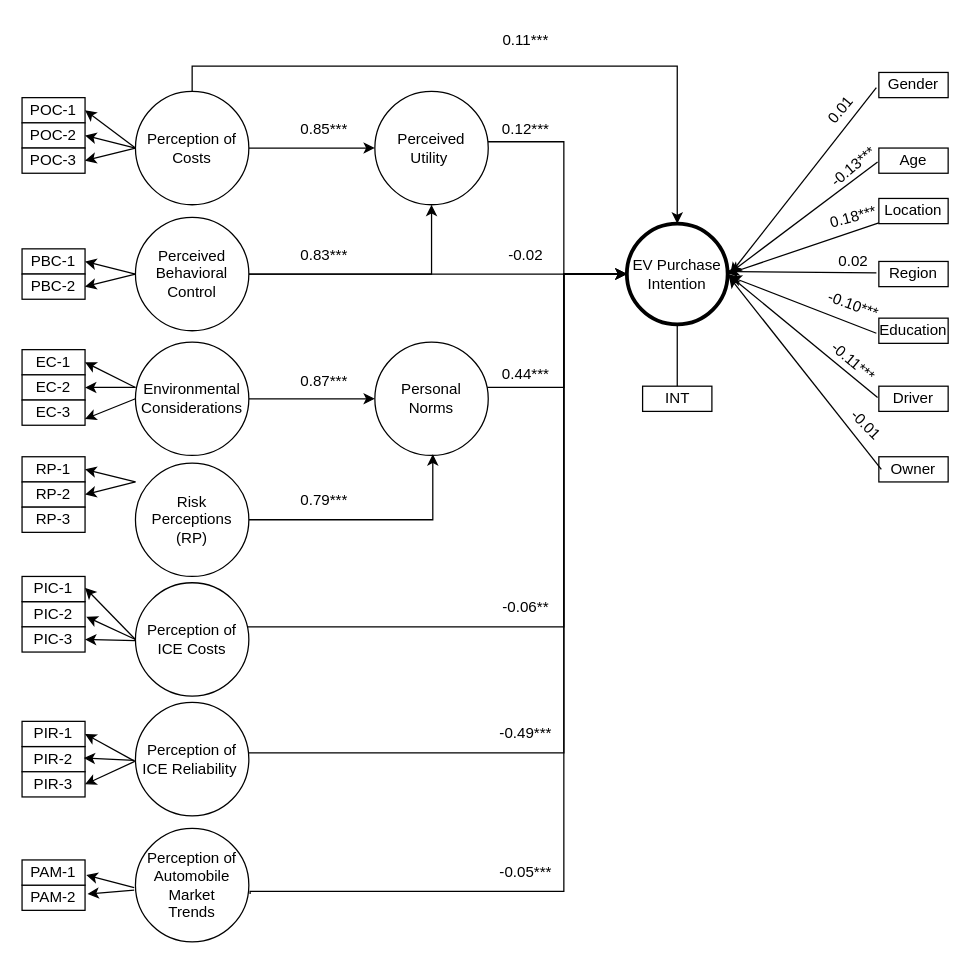
Earlier version of the draw.io diagram page "Page-1" (1 of 2) of final_path_diagram.drawio (ChullEPG/taxi-survey). Source tidied: cells renumbered, new cells numbered last; positions are measured from the earlier drawing's top-left corner, leaving out a move shared by most shapes. Both pictures are drawn from the tidied source at 126%, with x=0, y=0 at pixel (21, 21).
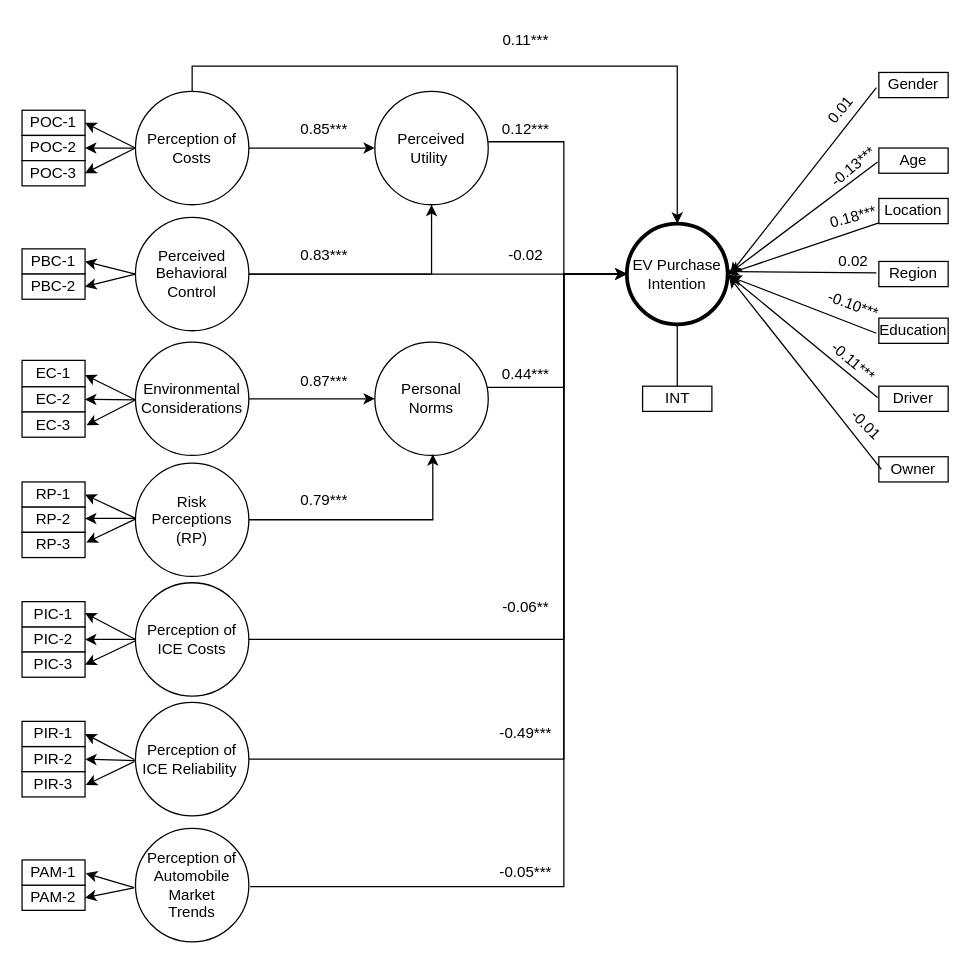
The same diagram, later.

The change refers to these unchanged cells:
```xml
<mxCell id="8" value="Perception of Costs" style="ellipse;whiteSpace=wrap;html=1;" parent="1" vertex="1">
  <mxGeometry x="90" y="55" width="90" height="90" as="geometry" />
</mxCell>
<mxCell id="11" value="EV Purchase Intention" style="ellipse;whiteSpace=wrap;html=1;strokeWidth=3;" parent="1" vertex="1">
  <mxGeometry x="480" y="160" width="80" height="80" as="geometry" />
</mxCell>
<mxCell id="26" value="Environmental Considerations" style="ellipse;whiteSpace=wrap;html=1;" parent="1" vertex="1">
  <mxGeometry x="90" y="254" width="90" height="90" as="geometry" />
</mxCell>
<mxCell id="28" value="Risk Perceptions (RP)" style="ellipse;whiteSpace=wrap;html=1;" parent="1" vertex="1">
  <mxGeometry x="90" y="350" width="90" height="90" as="geometry" />
</mxCell>
<mxCell id="41" value="Perception of ICE Reliability&amp;nbsp;" style="ellipse;whiteSpace=wrap;html=1;" parent="1" vertex="1">
  <mxGeometry x="90" y="540" width="90" height="90" as="geometry" />
</mxCell>
<mxCell id="42" value="Perception of ICE Costs" style="ellipse;whiteSpace=wrap;html=1;" parent="1" vertex="1">
  <mxGeometry x="90" y="445" width="90" height="90" as="geometry" />
</mxCell>
<mxCell id="49" value="PIR-2" style="rounded=0;whiteSpace=wrap;html=1;" parent="1" vertex="1">
  <mxGeometry y="575" width="50" height="20" as="geometry" />
</mxCell>
<mxCell id="51" value="PIR-3" style="rounded=0;whiteSpace=wrap;html=1;" parent="1" vertex="1">
  <mxGeometry y="595" width="50" height="20" as="geometry" />
</mxCell>
<mxCell id="53" value="PAM-2" style="rounded=0;whiteSpace=wrap;html=1;" parent="1" vertex="1">
  <mxGeometry y="685" width="50" height="20" as="geometry" />
</mxCell>
<mxCell id="84" value="PAM-1" style="rounded=0;whiteSpace=wrap;html=1;" parent="1" vertex="1">
  <mxGeometry y="665" width="50" height="20" as="geometry" />
</mxCell>
<mxCell id="91" value="Perception of Automobile Market &lt;br&gt;Trends" style="ellipse;whiteSpace=wrap;html=1;direction=south;" parent="1" vertex="1">
  <mxGeometry x="90" y="640" width="90" height="90" as="geometry" />
</mxCell>
```

Diff of the diagram source:
```diff
@@
     <mxCell id="15" value="POC-1" style="rounded=0;whiteSpace=wrap;html=1;" parent="1" vertex="1">
-      <mxGeometry y="60" width="50" height="20" as="geometry" />
+      <mxGeometry y="70" width="50" height="20" as="geometry" />
     </mxCell>
     <mxCell id="16" value="POC-2" style="rounded=0;whiteSpace=wrap;html=1;" parent="1" vertex="1">
-      <mxGeometry y="80" width="50" height="20" as="geometry" />
+      <mxGeometry y="90" width="50" height="20" as="geometry" />
     </mxCell>
     <mxCell id="17" value="POC-3" style="rounded=0;whiteSpace=wrap;html=1;" parent="1" vertex="1">
-      <mxGeometry y="100" width="50" height="20" as="geometry" />
+      <mxGeometry y="110" width="50" height="20" as="geometry" />
     </mxCell>
@@
-    <mxCell id="21" style="endArrow=classic;html=1;rounded=0;exitX=0;exitY=0.5;exitDx=0;exitDy=0;entryX=1;entryY=0.5;entryDx=0;entryDy=0;" parent="1" edge="1" source="8" target="16">
-      <mxGeometry relative="1" as="geometry" />
+    <mxCell id="21" style="endArrow=classic;html=1;rounded=0;entryX=1;entryY=0.5;entryDx=0;entryDy=0;" parent="1" edge="1" target="16">
+      <mxGeometry relative="1" as="geometry">
+        <mxPoint x="90" y="100" as="sourcePoint" />
+      </mxGeometry>
     </mxCell>
@@
     <mxCell id="29" value="EC-1" style="rounded=0;whiteSpace=wrap;html=1;" parent="1" vertex="1">
-      <mxGeometry y="260" width="50" height="20" as="geometry" />
+      <mxGeometry y="268.5" width="50" height="21" as="geometry" />
     </mxCell>
     <mxCell id="30" value="EC-2" style="rounded=0;whiteSpace=wrap;html=1;" parent="1" vertex="1">
-      <mxGeometry y="280" width="50" height="20" as="geometry" />
+      <mxGeometry y="289.5" width="50" height="20" as="geometry" />
     </mxCell>
-    <mxCell id="31" style="endArrow=classic;html=1;rounded=0;entryX=1;entryY=0.5;entryDx=0;entryDy=0;" parent="1" edge="1" target="30">
-      <mxGeometry relative="1" as="geometry">
-        <mxPoint x="90" y="290" as="sourcePoint" />
-      </mxGeometry>
+    <mxCell id="31" style="endArrow=classic;html=1;rounded=0;entryX=1;entryY=0.5;entryDx=0;entryDy=0;exitX=0.002;exitY=0.509;exitDx=0;exitDy=0;exitPerimeter=0;" parent="1" edge="1" source="26" target="30">
+      <mxGeometry relative="1" as="geometry" />
     </mxCell>
-    <mxCell id="32" style="endArrow=classic;html=1;rounded=0;entryX=1;entryY=0.5;entryDx=0;entryDy=0;" parent="1" edge="1" target="29">
-      <mxGeometry relative="1" as="geometry">
-        <mxPoint x="90" y="290" as="sourcePoint" />
-      </mxGeometry>
-    </mxCell>
     <mxCell id="33" value="RP-1" style="rounded=0;whiteSpace=wrap;html=1;" parent="1" vertex="1">
-      <mxGeometry y="345" width="50" height="20" as="geometry" />
+      <mxGeometry y="365" width="50" height="20" as="geometry" />
     </mxCell>
     <mxCell id="34" value="RP-2" style="rounded=0;whiteSpace=wrap;html=1;" parent="1" vertex="1">
-      <mxGeometry y="365" width="50" height="20" as="geometry" />
+      <mxGeometry y="385" width="50" height="20" as="geometry" />
     </mxCell>
-    <mxCell id="35" style="endArrow=classic;html=1;rounded=0;exitX=0;exitY=0.5;exitDx=0;exitDy=0;entryX=1;entryY=0.5;entryDx=0;entryDy=0;" parent="1" edge="1" target="34">
-      <mxGeometry relative="1" as="geometry">
-        <mxPoint x="90" y="365" as="sourcePoint" />
-      </mxGeometry>
+    <mxCell id="35" style="endArrow=classic;html=1;rounded=0;exitX=-0.002;exitY=0.494;exitDx=0;exitDy=0;entryX=1.02;entryY=0.4;entryDx=0;entryDy=0;exitPerimeter=0;entryPerimeter=0;" parent="1" edge="1" source="28" target="55">
+      <mxGeometry relative="1" as="geometry" />
     </mxCell>
-    <mxCell id="36" style="endArrow=classic;html=1;rounded=0;exitX=0;exitY=0.5;exitDx=0;exitDy=0;entryX=1;entryY=0.5;entryDx=0;entryDy=0;" parent="1" edge="1" target="33">
-      <mxGeometry relative="1" as="geometry">
-        <mxPoint x="90" y="365" as="sourcePoint" />
-      </mxGeometry>
+    <mxCell id="36" style="endArrow=classic;html=1;rounded=0;exitX=-0.002;exitY=0.486;exitDx=0;exitDy=0;entryX=1;entryY=0.5;entryDx=0;entryDy=0;exitPerimeter=0;" parent="1" edge="1" source="28" target="33">
+      <mxGeometry relative="1" as="geometry" />
     </mxCell>
     <mxCell id="37" value="EC-3" style="rounded=0;whiteSpace=wrap;html=1;" parent="1" vertex="1">
-      <mxGeometry y="300" width="50" height="20" as="geometry" />
+      <mxGeometry y="309.5" width="50" height="20" as="geometry" />
     </mxCell>
-    <mxCell id="38" style="endArrow=classic;html=1;rounded=0;exitX=0;exitY=0.5;exitDx=0;exitDy=0;entryX=1;entryY=0.75;entryDx=0;entryDy=0;" parent="1" edge="1" source="26" target="37">
+    <mxCell id="38" style="endArrow=classic;html=1;rounded=0;entryX=1.023;entryY=0.524;entryDx=0;entryDy=0;exitX=-0.004;exitY=0.513;exitDx=0;exitDy=0;exitPerimeter=0;entryPerimeter=0;" parent="1" edge="1" source="26" target="37">
       <mxGeometry relative="1" as="geometry" />
     </mxCell>
-    <mxCell id="39" style="edgeStyle=orthogonalEdgeStyle;rounded=0;jettySize=auto;html=1;entryX=0;entryY=0.5;entryDx=0;entryDy=0;exitX=0.578;exitY=-0.011;exitDx=0;exitDy=0;exitPerimeter=0;" parent="1" edge="1" source="91" target="11">
+    <mxCell id="39" style="edgeStyle=orthogonalEdgeStyle;rounded=0;jettySize=auto;html=1;entryX=0;entryY=0.5;entryDx=0;entryDy=0;exitX=0.512;exitY=-0.012;exitDx=0;exitDy=0;exitPerimeter=0;" parent="1" edge="1" source="91" target="11">
       <mxGeometry relative="1" as="geometry">
         <Array as="points">
-          <mxPoint x="181" y="690" />
-          <mxPoint x="430" y="690" />
+          <mxPoint x="430" y="686" />
           <mxPoint x="430" y="200" />
         </Array>
       </mxGeometry>
     </mxCell>
     <mxCell id="40" style="edgeStyle=orthogonalEdgeStyle;rounded=0;jettySize=auto;html=1;entryX=0;entryY=0.5;entryDx=0;entryDy=0;" parent="1" edge="1" source="41" target="11">
       <mxGeometry relative="1" as="geometry">
         <Array as="points">
-          <mxPoint x="430" y="580" />
+          <mxPoint x="430" y="585" />
           <mxPoint x="430" y="200" />
         </Array>
       </mxGeometry>
     </mxCell>
@@
     <mxCell id="43" value="PIC-2" style="rounded=0;whiteSpace=wrap;html=1;" parent="1" vertex="1">
-      <mxGeometry y="460" width="50" height="20" as="geometry" />
+      <mxGeometry y="480" width="50" height="20" as="geometry" />
     </mxCell>
     <mxCell id="44" value="PIC-1" style="rounded=0;whiteSpace=wrap;html=1;" parent="1" vertex="1">
-      <mxGeometry y="440" width="50" height="20" as="geometry" />
+      <mxGeometry y="460" width="50" height="20" as="geometry" />
     </mxCell>
-    <mxCell id="45" style="endArrow=classic;html=1;rounded=0;exitX=0;exitY=0.5;exitDx=0;exitDy=0;entryX=1.02;entryY=0.6;entryDx=0;entryDy=0;entryPerimeter=0;" parent="1" edge="1" source="42" target="43">
-      <mxGeometry relative="1" as="geometry" />
+    <mxCell id="45" style="endArrow=classic;html=1;rounded=0;exitX=0;exitY=0.5;exitDx=0;exitDy=0;" parent="1" edge="1" source="42">
+      <mxGeometry relative="1" as="geometry">
+        <mxPoint x="50" y="490" as="targetPoint" />
+      </mxGeometry>
     </mxCell>
@@
     <mxCell id="47" value="PIC-3" style="rounded=0;whiteSpace=wrap;html=1;" parent="1" vertex="1">
-      <mxGeometry y="480" width="50" height="20" as="geometry" />
+      <mxGeometry y="500" width="50" height="20" as="geometry" />
     </mxCell>
@@
-    <mxCell id="52" style="endArrow=classic;html=1;rounded=0;exitX=0;exitY=0.522;exitDx=0;exitDy=0;exitPerimeter=0;" parent="1" edge="1" source="41">
+    <mxCell id="52" style="endArrow=classic;html=1;rounded=0;exitX=-0.01;exitY=0.503;exitDx=0;exitDy=0;exitPerimeter=0;" parent="1" edge="1" source="41">
       <mxGeometry relative="1" as="geometry">
         <mxPoint x="50" y="565" as="targetPoint" />
       </mxGeometry>
     </mxCell>
@@
-    <mxCell id="54" style="endArrow=classic;html=1;rounded=0;exitX=0.556;exitY=1.011;exitDx=0;exitDy=0;entryX=1.02;entryY=0.6;entryDx=0;entryDy=0;entryPerimeter=0;exitPerimeter=0;" parent="1" edge="1" target="84">
+    <mxCell id="54" style="endArrow=classic;html=1;rounded=0;exitX=0.556;exitY=1.011;exitDx=0;exitDy=0;entryX=1.012;entryY=0.529;entryDx=0;entryDy=0;entryPerimeter=0;exitPerimeter=0;" parent="1" edge="1" target="84">
       <mxGeometry relative="1" as="geometry">
         <mxPoint x="89" y="687" as="sourcePoint" />
       </mxGeometry>
     </mxCell>
     <mxCell id="55" value="RP-3" style="rounded=0;whiteSpace=wrap;html=1;" parent="1" vertex="1">
-      <mxGeometry y="385" width="50" height="20" as="geometry" />
+      <mxGeometry y="405" width="50" height="20" as="geometry" />
     </mxCell>
@@
-    <mxCell id="83" style="endArrow=classic;html=1;rounded=0;entryX=1.04;entryY=0.35;entryDx=0;entryDy=0;exitX=0.578;exitY=1.011;exitDx=0;exitDy=0;exitPerimeter=0;entryPerimeter=0;" parent="1" edge="1" target="53">
+    <mxCell id="83" style="endArrow=classic;html=1;rounded=0;exitX=0.524;exitY=1.014;exitDx=0;exitDy=0;exitPerimeter=0;" parent="1" edge="1" source="91">
       <mxGeometry relative="1" as="geometry">
-        <mxPoint x="89" y="689" as="sourcePoint" />
+        <mxPoint x="50" y="695" as="targetPoint" />
       </mxGeometry>
     </mxCell>
@@
     <mxCell id="85" style="edgeStyle=orthogonalEdgeStyle;rounded=0;jettySize=auto;html=1;" parent="1" edge="1" source="42">
       <mxGeometry relative="1" as="geometry">
         <mxPoint x="480" y="200" as="targetPoint" />
         <Array as="points">
-          <mxPoint x="430" y="480" />
+          <mxPoint x="430" y="490" />
+          <mxPoint x="430" y="200" />
         </Array>
       </mxGeometry>
     </mxCell>
@@
-    <mxCell id="92" style="endArrow=classic;html=1;rounded=0;exitX=-0.011;exitY=0.511;exitDx=0;exitDy=0;exitPerimeter=0;entryX=0.98;entryY=0.45;entryDx=0;entryDy=0;entryPerimeter=0;" parent="1" edge="1" source="41" target="49">
+    <mxCell id="92" style="endArrow=classic;html=1;rounded=0;exitX=-0.002;exitY=0.512;exitDx=0;exitDy=0;exitPerimeter=0;entryX=1.004;entryY=0.506;entryDx=0;entryDy=0;entryPerimeter=0;" parent="1" edge="1" source="41" target="49">
       <mxGeometry relative="1" as="geometry" />
     </mxCell>
-    <mxCell id="93" style="endArrow=classic;html=1;rounded=0;exitX=-0.011;exitY=0.522;exitDx=0;exitDy=0;exitPerimeter=0;entryX=1;entryY=0.5;entryDx=0;entryDy=0;entryPerimeter=0;" parent="1" edge="1" source="41" target="51">
+    <mxCell id="93" style="endArrow=classic;html=1;rounded=0;exitX=-0.01;exitY=0.522;exitDx=0;exitDy=0;exitPerimeter=0;entryX=1.012;entryY=0.524;entryDx=0;entryDy=0;entryPerimeter=0;" parent="1" edge="1" source="41" target="51">
       <mxGeometry relative="1" as="geometry" />
     </mxCell>
+    <mxCell id="94" style="endArrow=classic;html=1;rounded=0;exitX=-0.004;exitY=0.488;exitDx=0;exitDy=0;exitPerimeter=0;" parent="1" edge="1" source="28">
+      <mxGeometry relative="1" as="geometry">
+        <mxPoint x="50" y="394" as="targetPoint" />
+      </mxGeometry>
+    </mxCell>
+    <mxCell id="95" style="endArrow=classic;html=1;rounded=0;entryX=1;entryY=0.55;entryDx=0;entryDy=0;entryPerimeter=0;exitX=0.002;exitY=0.511;exitDx=0;exitDy=0;exitPerimeter=0;" parent="1" edge="1" source="26" target="29">
+      <mxGeometry relative="1" as="geometry" />
+    </mxCell>
```
